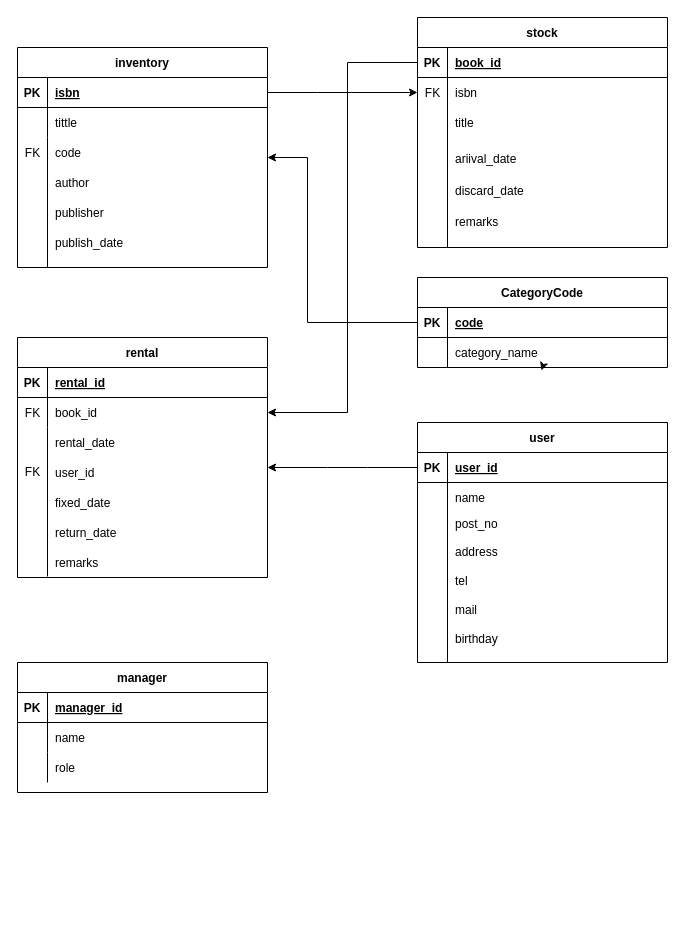
2022java42-student004/Library keeps this draw.io diagram as er図(清田).drawio. Above is the earlier version. Source tidied: cells renumbered, new cells numbered last; positions are measured from the earlier drawing's top-left corner, leaving out a move shared by most shapes. Both pictures are drawn from the tidied source at 100%, with x=0, y=0 at pixel (17, 17).
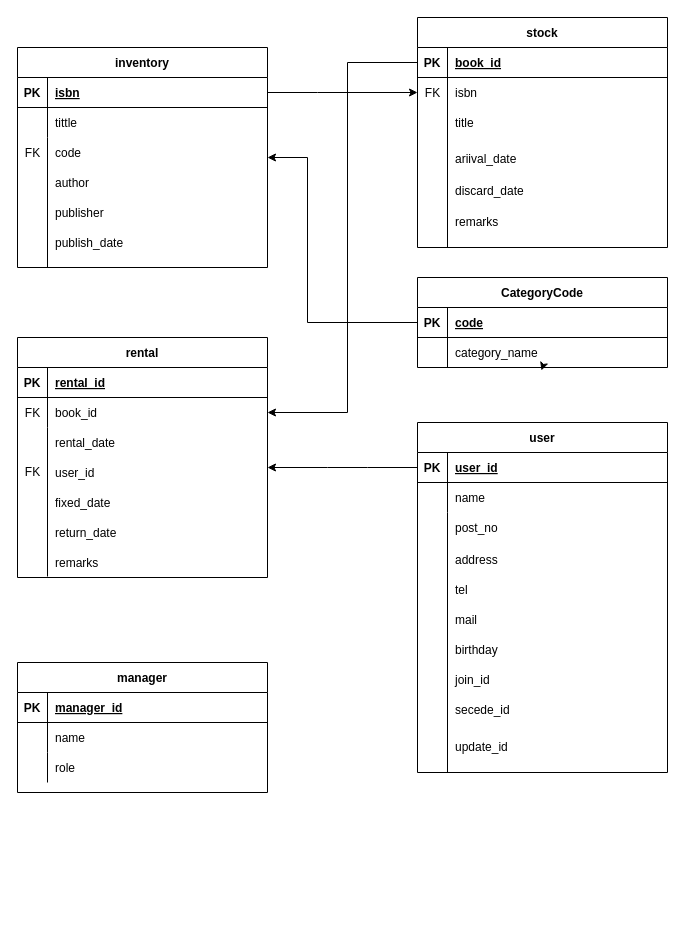
The same page after the edit.

Commit message (it also covers changes not shown here):
er図修正 (清田)　→userテーブルに join_id, secede_date, updateを追加

What changed in the source:
```diff
@@
     <mxCell id="48" style="group;" parent="1" vertex="1">
-      <mxGeometry x="400" y="405" width="250" height="240" as="geometry" />
+      <mxGeometry x="400" y="405" width="250" height="375" as="geometry" />
     </mxCell>
     <mxCell id="49" value="post_no" style="shape=partialRectangle;overflow=hidden;fillColor=none;top=0;left=0;bottom=0;right=0;align=left;spacingLeft=6;" parent="48" vertex="1">
-      <mxGeometry x="30" y="86.2" width="220" height="28.8" as="geometry" />
+      <mxGeometry x="30" y="85" width="220" height="39.3" as="geometry" />
     </mxCell>
     <mxCell id="50" value="address" style="shape=partialRectangle;overflow=hidden;fillColor=none;top=0;left=0;bottom=0;right=0;align=left;spacingLeft=6;" parent="48" vertex="1">
-      <mxGeometry x="30" y="115" width="220" height="28.8" as="geometry" />
+      <mxGeometry x="30" y="115" width="220" height="44.9" as="geometry" />
     </mxCell>
     <mxCell id="51" value="tel" style="shape=partialRectangle;overflow=hidden;fillColor=none;top=0;left=0;bottom=0;right=0;align=left;spacingLeft=6;" parent="48" vertex="1">
-      <mxGeometry x="30" y="143.8" width="220" height="28.8" as="geometry" />
+      <mxGeometry x="30" y="145" width="220" height="44.9" as="geometry" />
     </mxCell>
     <mxCell id="52" value="mail" style="shape=partialRectangle;overflow=hidden;fillColor=none;top=0;left=0;bottom=0;right=0;align=left;spacingLeft=6;" parent="48" vertex="1">
-      <mxGeometry x="30" y="172.5" width="220" height="28.8" as="geometry" />
+      <mxGeometry x="30" y="175" width="220" height="44.9" as="geometry" />
     </mxCell>
     <mxCell id="53" value="user" style="shape=table;startSize=30;childLayout=tableLayout;rowLines=0;fontStyle=1;align=center;" parent="48" vertex="1">
-      <mxGeometry width="250" height="240" as="geometry" />
+      <mxGeometry width="250" height="350" as="geometry" />
     </mxCell>
@@
     <mxCell id="60" value="birthday" style="shape=partialRectangle;overflow=hidden;fillColor=none;top=0;left=0;bottom=0;right=0;align=left;spacingLeft=6;" parent="48" vertex="1">
-      <mxGeometry x="30" y="201.3" width="220" height="28.8" as="geometry" />
+      <mxGeometry x="30" y="205" width="220" height="44.9" as="geometry" />
     </mxCell>
     <mxCell id="61" style="endArrow=none;html=1;rounded=0;" parent="48" edge="1">
       <mxGeometry relative="1" as="geometry">
-        <mxPoint x="30" y="240" as="sourcePoint" />
-        <mxPoint x="30" y="80" as="targetPoint" />
+        <mxPoint x="30" y="340" as="sourcePoint" />
+        <mxPoint x="30" y="90" as="targetPoint" />
       </mxGeometry>
     </mxCell>
+    <mxCell id="89" value="join_id" style="shape=partialRectangle;overflow=hidden;fillColor=none;top=0;left=0;bottom=0;right=0;align=left;spacingLeft=6;" parent="48" vertex="1">
+      <mxGeometry x="30" y="235" width="220" height="44.9" as="geometry" />
+    </mxCell>
+    <mxCell id="90" value="secede_id" style="shape=partialRectangle;overflow=hidden;fillColor=none;top=0;left=0;bottom=0;right=0;align=left;spacingLeft=6;" parent="48" vertex="1">
+      <mxGeometry x="30" y="265" width="220" height="44.9" as="geometry" />
+    </mxCell>
+    <mxCell id="91" value="update_id" style="shape=partialRectangle;overflow=hidden;fillColor=none;top=0;left=0;bottom=0;right=0;align=left;spacingLeft=6;" parent="48" vertex="1">
+      <mxGeometry x="30" y="305" width="220" height="38.9" as="geometry" />
+    </mxCell>
@@
+    <mxCell id="92" style="endArrow=none;html=1;rounded=0;" parent="1" edge="1">
+      <mxGeometry relative="1" as="geometry">
+        <mxPoint x="430" y="755" as="sourcePoint" />
+        <mxPoint x="430" y="505" as="targetPoint" />
+      </mxGeometry>
+    </mxCell>
```
